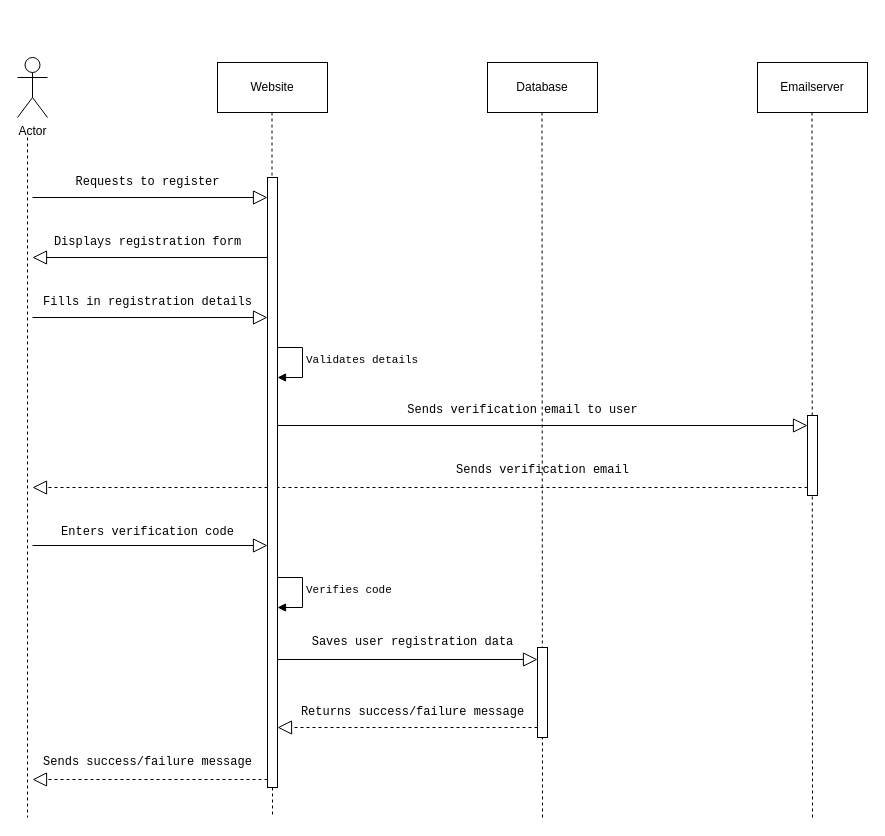
Before: user registration diagram.drawio in CodeSithum/sequencediagram, a draw.io diagram. Source tidied: cells renumbered, new cells numbered last; positions are measured from the earlier drawing's top-left corner, leaving out a move shared by most shapes. Both pictures are drawn from the tidied source at 100%, with x=0, y=0 at pixel (17, 57).
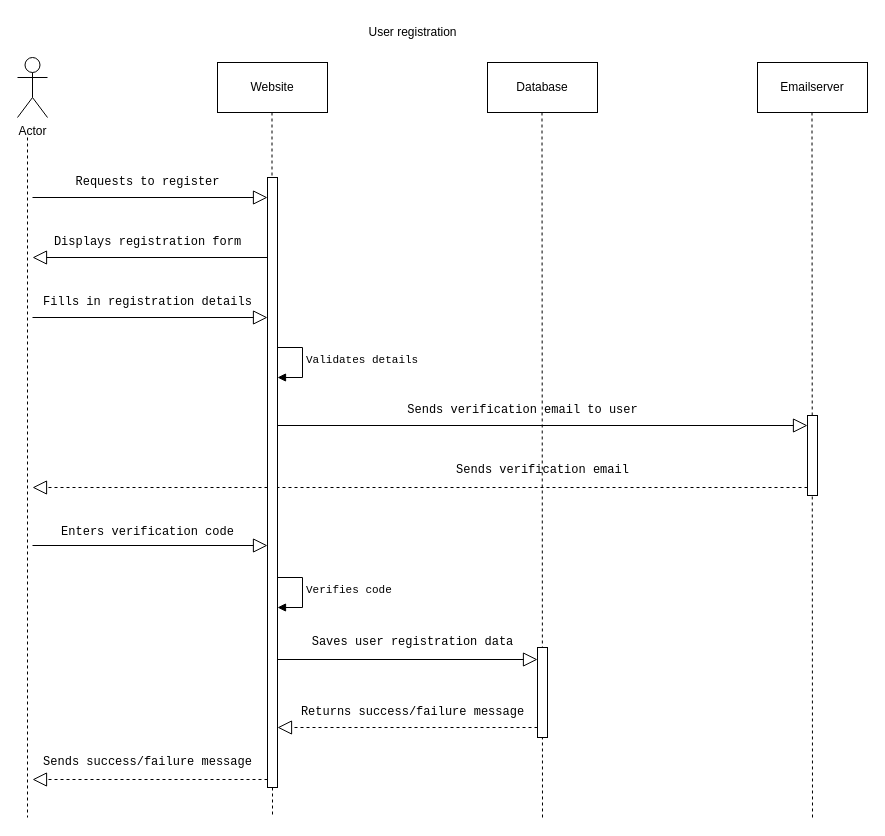
After the change.

What changed in the source:
```diff
@@
+    <mxCell id="34" value="User registration" style="text;html=1;align=center;verticalAlign=middle;strokeColor=none;fillColor=none;" parent="1" vertex="1">
+      <mxGeometry x="335" y="-40" width="120" height="30" as="geometry" />
+    </mxCell>
```
